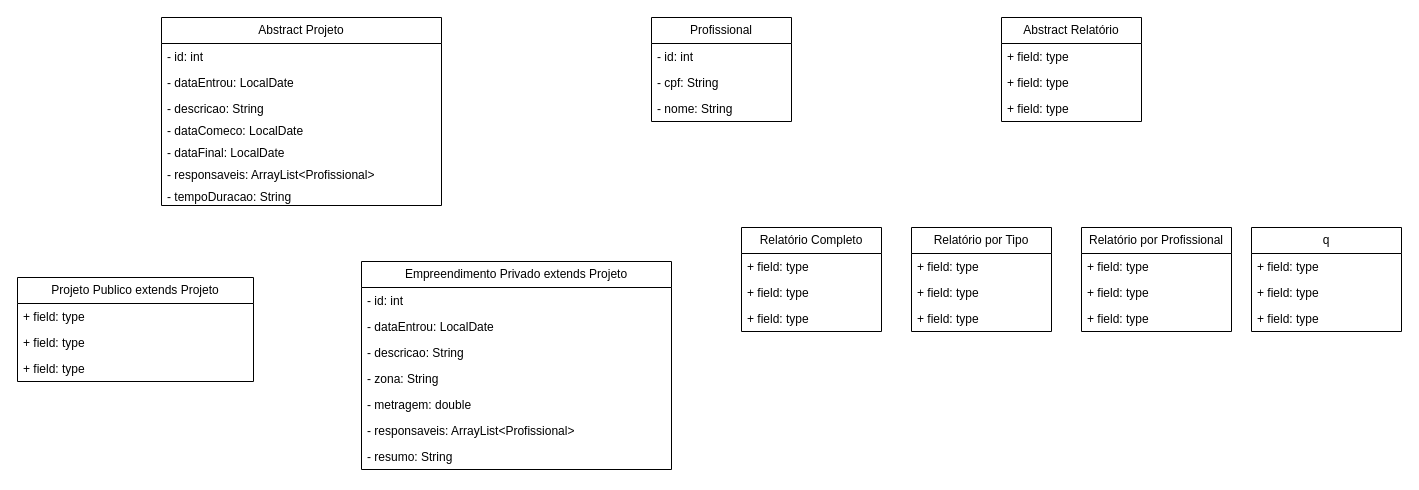
Above: POO/Lista10/DiagramaLista10.drawio in ViniciusStropoli/FURB (draw.io), before the change. Source tidied: cells renumbered, new cells numbered last; positions are measured from the earlier drawing's top-left corner, leaving out a move shared by most shapes. Both pictures are drawn from the tidied source at 100%, with x=0, y=0 at pixel (17, 17).
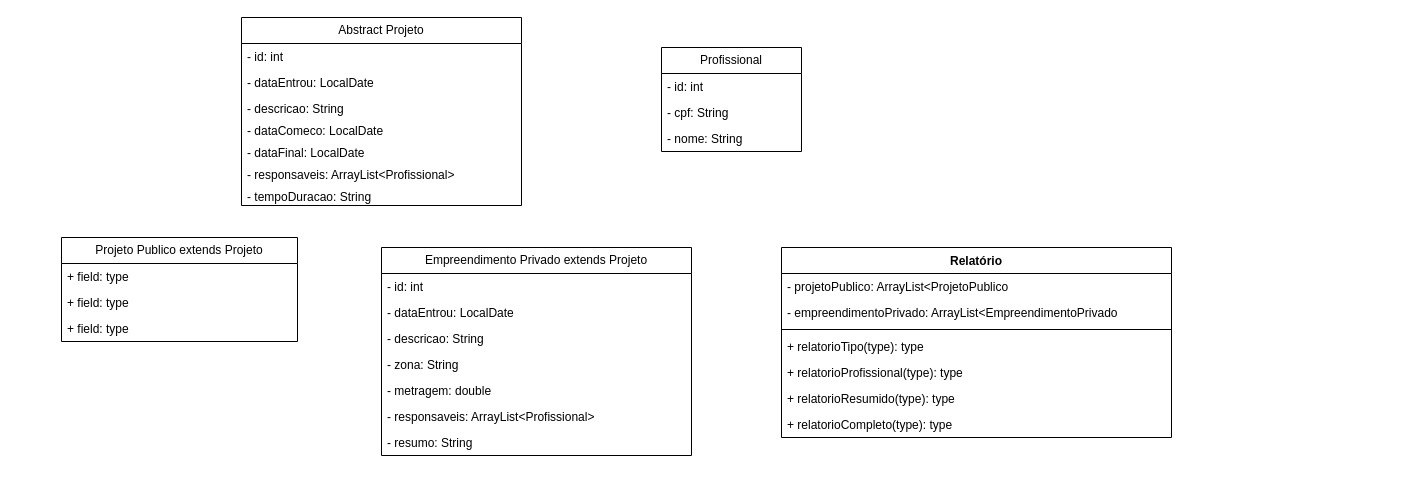
The same page after the edit.

Commit message:
Mudanças no diagrama

What changed in the source:
```diff
@@
     <mxCell id="2" value="Profissional" style="swimlane;fontStyle=0;horizontal=1;startSize=26;fillColor=none;whiteSpace=wrap;html=1;" parent="1" vertex="1">
-      <mxGeometry x="634" width="140" height="104" as="geometry" />
+      <mxGeometry x="644" y="30" width="140" height="104" as="geometry" />
     </mxCell>
@@
     <mxCell id="6" value="Abstract Projeto" style="swimlane;fontStyle=0;horizontal=1;startSize=26;fillColor=none;whiteSpace=wrap;html=1;" parent="1" vertex="1">
-      <mxGeometry x="144" width="280" height="188" as="geometry" />
+      <mxGeometry x="224" width="280" height="188" as="geometry" />
     </mxCell>
@@
     <mxCell id="14" value="Empreendimento Privado extends Projeto" style="swimlane;fontStyle=0;horizontal=1;startSize=26;fillColor=none;whiteSpace=wrap;html=1;" parent="1" vertex="1">
-      <mxGeometry x="344" y="244" width="310" height="208" as="geometry" />
+      <mxGeometry x="364" y="230" width="310" height="208" as="geometry" />
     </mxCell>
@@
-    <mxCell id="22" value="Abstract Relatório" style="swimlane;fontStyle=0;horizontal=1;startSize=26;fillColor=none;whiteSpace=wrap;html=1;" parent="1" vertex="1">
-      <mxGeometry x="984" width="140" height="104" as="geometry" />
-    </mxCell>
-    <mxCell id="23" value="+ field: type" style="text;strokeColor=none;fillColor=none;align=left;verticalAlign=top;spacingLeft=4;spacingRight=4;overflow=hidden;whiteSpace=wrap;html=1;" parent="22" vertex="1">
-      <mxGeometry y="26" width="140" height="26" as="geometry" />
-    </mxCell>
-    <mxCell id="24" value="+ field: type" style="text;strokeColor=none;fillColor=none;align=left;verticalAlign=top;spacingLeft=4;spacingRight=4;overflow=hidden;whiteSpace=wrap;html=1;" parent="22" vertex="1">
-      <mxGeometry y="52" width="140" height="26" as="geometry" />
-    </mxCell>
-    <mxCell id="25" value="+ field: type" style="text;strokeColor=none;fillColor=none;align=left;verticalAlign=top;spacingLeft=4;spacingRight=4;overflow=hidden;whiteSpace=wrap;html=1;" parent="22" vertex="1">
-      <mxGeometry y="78" width="140" height="26" as="geometry" />
-    </mxCell>
     <mxCell id="26" value="Projeto Publico extends Projeto" style="swimlane;fontStyle=0;horizontal=1;startSize=26;fillColor=none;whiteSpace=wrap;html=1;" parent="1" vertex="1">
-      <mxGeometry y="260" width="236" height="104" as="geometry" />
+      <mxGeometry x="44" y="220" width="236" height="104" as="geometry" />
     </mxCell>
@@
-    <mxCell id="30" value="Relatório Completo" style="swimlane;fontStyle=0;horizontal=1;startSize=26;fillColor=none;whiteSpace=wrap;html=1;" parent="1" vertex="1">
-      <mxGeometry x="724" y="210" width="140" height="104" as="geometry" />
-    </mxCell>
+    <mxCell id="46" value="Relatório" style="swimlane;fontStyle=1;align=center;verticalAlign=top;horizontal=1;startSize=26;whiteSpace=wrap;html=1;" parent="1" vertex="1">
+      <mxGeometry x="764" y="230" width="390" height="190" as="geometry" />
+    </mxCell>
-    <mxCell id="31" value="+ field: type" style="text;strokeColor=none;fillColor=none;align=left;verticalAlign=top;spacingLeft=4;spacingRight=4;overflow=hidden;whiteSpace=wrap;html=1;" parent="30" vertex="1">
-      <mxGeometry y="26" width="140" height="26" as="geometry" />
+    <mxCell id="31" value="- projetoPublico: ArrayList&amp;lt;ProjetoPublico" style="text;strokeColor=none;fillColor=none;align=left;verticalAlign=top;spacingLeft=4;spacingRight=4;overflow=hidden;whiteSpace=wrap;html=1;" parent="46" vertex="1">
+      <mxGeometry y="26" width="390" height="26" as="geometry" />
     </mxCell>
-    <mxCell id="32" value="+ field: type" style="text;strokeColor=none;fillColor=none;align=left;verticalAlign=top;spacingLeft=4;spacingRight=4;overflow=hidden;whiteSpace=wrap;html=1;" parent="30" vertex="1">
-      <mxGeometry y="52" width="140" height="26" as="geometry" />
+    <mxCell id="32" value="- empreendimentoPrivado: ArrayList&amp;lt;EmpreendimentoPrivado" style="text;strokeColor=none;fillColor=none;align=left;verticalAlign=top;spacingLeft=4;spacingRight=4;overflow=hidden;whiteSpace=wrap;html=1;" parent="46" vertex="1">
+      <mxGeometry y="52" width="390" height="26" as="geometry" />
     </mxCell>
-    <mxCell id="33" value="+ field: type" style="text;strokeColor=none;fillColor=none;align=left;verticalAlign=top;spacingLeft=4;spacingRight=4;overflow=hidden;whiteSpace=wrap;html=1;" parent="30" vertex="1">
-      <mxGeometry y="78" width="140" height="26" as="geometry" />
-    </mxCell>
-    <mxCell id="34" value="Relatório por Tipo" style="swimlane;fontStyle=0;horizontal=1;startSize=26;fillColor=none;whiteSpace=wrap;html=1;" parent="1" vertex="1">
-      <mxGeometry x="894" y="210" width="140" height="104" as="geometry" />
-    </mxCell>
-    <mxCell id="35" value="+ field: type" style="text;strokeColor=none;fillColor=none;align=left;verticalAlign=top;spacingLeft=4;spacingRight=4;overflow=hidden;whiteSpace=wrap;html=1;" parent="34" vertex="1">
-      <mxGeometry y="26" width="140" height="26" as="geometry" />
-    </mxCell>
-    <mxCell id="36" value="+ field: type" style="text;strokeColor=none;fillColor=none;align=left;verticalAlign=top;spacingLeft=4;spacingRight=4;overflow=hidden;whiteSpace=wrap;html=1;" parent="34" vertex="1">
-      <mxGeometry y="52" width="140" height="26" as="geometry" />
-    </mxCell>
-    <mxCell id="37" value="+ field: type" style="text;strokeColor=none;fillColor=none;align=left;verticalAlign=top;spacingLeft=4;spacingRight=4;overflow=hidden;whiteSpace=wrap;html=1;" parent="34" vertex="1">
-      <mxGeometry y="78" width="140" height="26" as="geometry" />
-    </mxCell>
-    <mxCell id="38" value="Relatório por Profissional" style="swimlane;fontStyle=0;horizontal=1;startSize=26;fillColor=none;whiteSpace=wrap;html=1;" parent="1" vertex="1">
-      <mxGeometry x="1064" y="210" width="150" height="104" as="geometry" />
-    </mxCell>
-    <mxCell id="39" value="+ field: type" style="text;strokeColor=none;fillColor=none;align=left;verticalAlign=top;spacingLeft=4;spacingRight=4;overflow=hidden;whiteSpace=wrap;html=1;" parent="38" vertex="1">
-      <mxGeometry y="26" width="150" height="26" as="geometry" />
-    </mxCell>
-    <mxCell id="40" value="+ field: type" style="text;strokeColor=none;fillColor=none;align=left;verticalAlign=top;spacingLeft=4;spacingRight=4;overflow=hidden;whiteSpace=wrap;html=1;" parent="38" vertex="1">
-      <mxGeometry y="52" width="150" height="26" as="geometry" />
-    </mxCell>
-    <mxCell id="41" value="+ field: type" style="text;strokeColor=none;fillColor=none;align=left;verticalAlign=top;spacingLeft=4;spacingRight=4;overflow=hidden;whiteSpace=wrap;html=1;" parent="38" vertex="1">
-      <mxGeometry y="78" width="150" height="26" as="geometry" />
-    </mxCell>
-    <mxCell id="42" value="q" style="swimlane;fontStyle=0;horizontal=1;startSize=26;fillColor=none;whiteSpace=wrap;html=1;" parent="1" vertex="1">
-      <mxGeometry x="1234" y="210" width="150" height="104" as="geometry" />
-    </mxCell>
-    <mxCell id="43" value="+ field: type" style="text;strokeColor=none;fillColor=none;align=left;verticalAlign=top;spacingLeft=4;spacingRight=4;overflow=hidden;whiteSpace=wrap;html=1;" parent="42" vertex="1">
-      <mxGeometry y="26" width="150" height="26" as="geometry" />
-    </mxCell>
-    <mxCell id="44" value="+ field: type" style="text;strokeColor=none;fillColor=none;align=left;verticalAlign=top;spacingLeft=4;spacingRight=4;overflow=hidden;whiteSpace=wrap;html=1;" parent="42" vertex="1">
-      <mxGeometry y="52" width="150" height="26" as="geometry" />
-    </mxCell>
-    <mxCell id="45" value="+ field: type" style="text;strokeColor=none;fillColor=none;align=left;verticalAlign=top;spacingLeft=4;spacingRight=4;overflow=hidden;whiteSpace=wrap;html=1;" parent="42" vertex="1">
-      <mxGeometry y="78" width="150" height="26" as="geometry" />
-    </mxCell>
+    <mxCell id="47" style="line;strokeWidth=1;fillColor=none;align=left;verticalAlign=middle;spacingTop=-1;spacingLeft=3;spacingRight=3;labelPosition=right;strokeColor=inherit;" parent="46" vertex="1">
+      <mxGeometry y="78" width="390" height="8" as="geometry" />
+    </mxCell>
+    <mxCell id="48" value="+ relatorioTipo(type): type" style="text;strokeColor=none;fillColor=none;align=left;verticalAlign=top;spacingLeft=4;spacingRight=4;overflow=hidden;whiteSpace=wrap;html=1;" parent="46" vertex="1">
+      <mxGeometry y="86" width="390" height="26" as="geometry" />
+    </mxCell>
+    <mxCell id="49" value="+ relatorioProfissional(type): type" style="text;strokeColor=none;fillColor=none;align=left;verticalAlign=top;spacingLeft=4;spacingRight=4;overflow=hidden;whiteSpace=wrap;html=1;" parent="46" vertex="1">
+      <mxGeometry y="112" width="390" height="26" as="geometry" />
+    </mxCell>
+    <mxCell id="50" value="+ relatorioResumido(type): type" style="text;strokeColor=none;fillColor=none;align=left;verticalAlign=top;spacingLeft=4;spacingRight=4;overflow=hidden;whiteSpace=wrap;html=1;" parent="46" vertex="1">
+      <mxGeometry y="138" width="390" height="26" as="geometry" />
+    </mxCell>
+    <mxCell id="51" value="+ relatorioCompleto(type): type" style="text;strokeColor=none;fillColor=none;align=left;verticalAlign=top;spacingLeft=4;spacingRight=4;overflow=hidden;whiteSpace=wrap;html=1;" parent="46" vertex="1">
+      <mxGeometry y="164" width="390" height="26" as="geometry" />
+    </mxCell>
```
